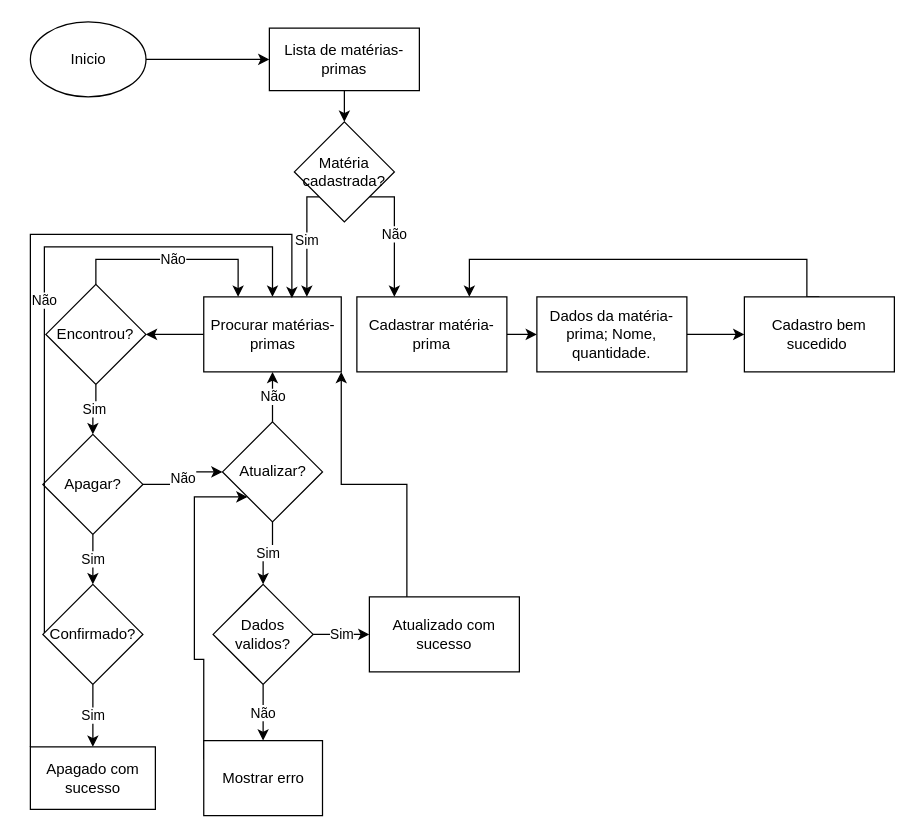
Above: page "Página-3" (3 of 6) of doc/fluxograma.drawio in D3ise/fluxograma (draw.io), before the change. Source tidied: cells renumbered, new cells numbered last; positions are measured from the earlier drawing's top-left corner, leaving out a move shared by most shapes. Both pictures are drawn from the tidied source at 125%, with x=0, y=0 at pixel (30, 21).
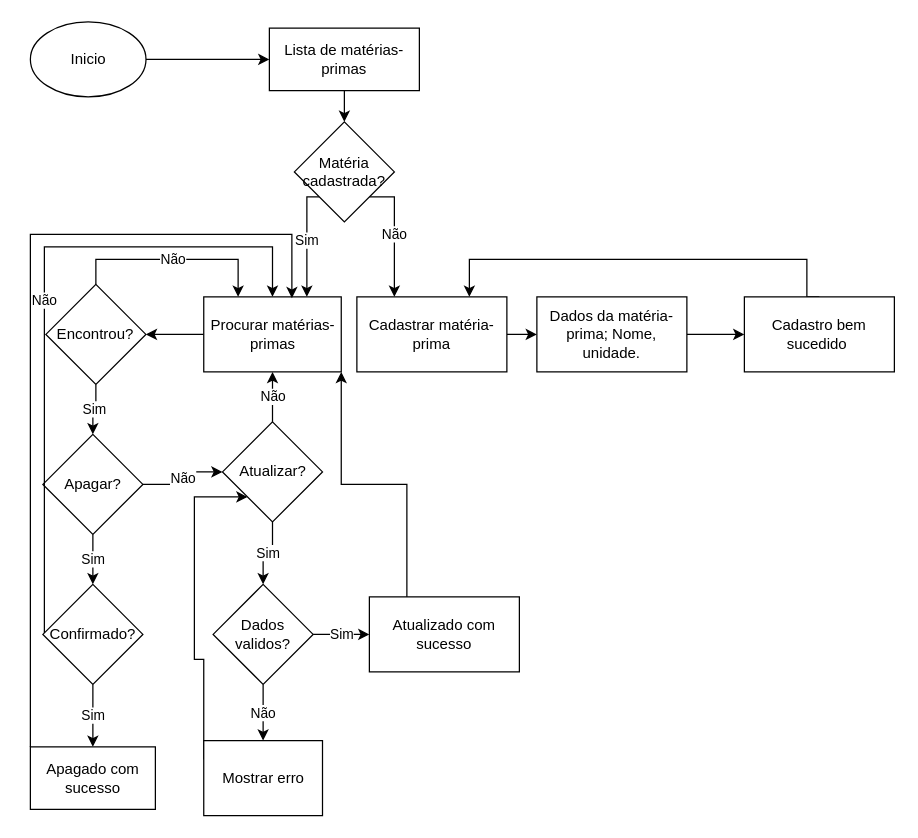
After the change.

Change to the diagram source:
```diff
@@
-    <mxCell id="8" value="Dados da matéria-prima; Nome, quantidade." style="rounded=0;whiteSpace=wrap;html=1;" parent="1" vertex="1">
+    <mxCell id="8" value="Dados da matéria-prima; Nome, unidade." style="rounded=0;whiteSpace=wrap;html=1;" parent="1" vertex="1">
       <mxGeometry x="405" y="220" width="120" height="60" as="geometry" />
     </mxCell>
```
